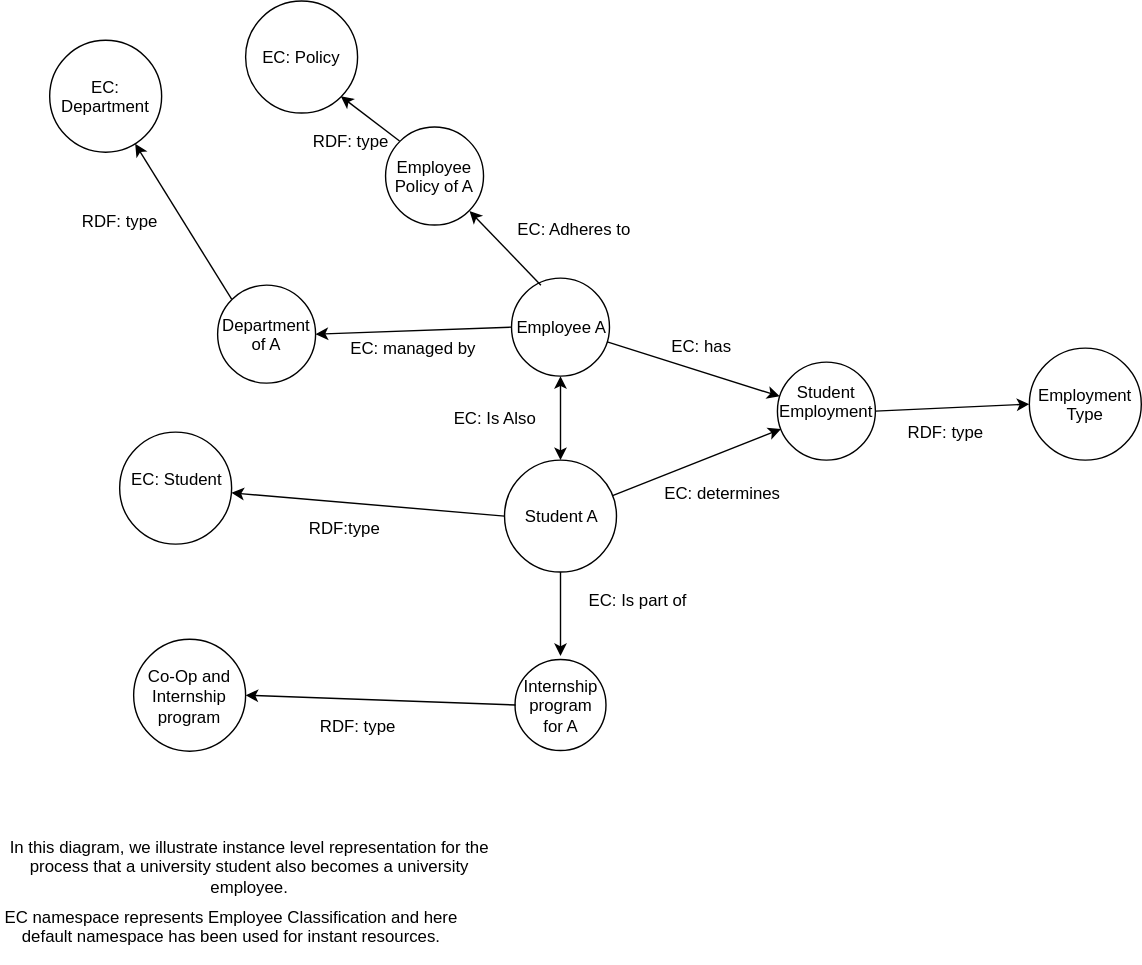
Above: RDF.svg in IS561/EmploymentClassification (draw.io), before the change. Source tidied: cells renumbered, new cells last; positions are measured from the earlier drawing's top-left corner, leaving out a move shared by most shapes.
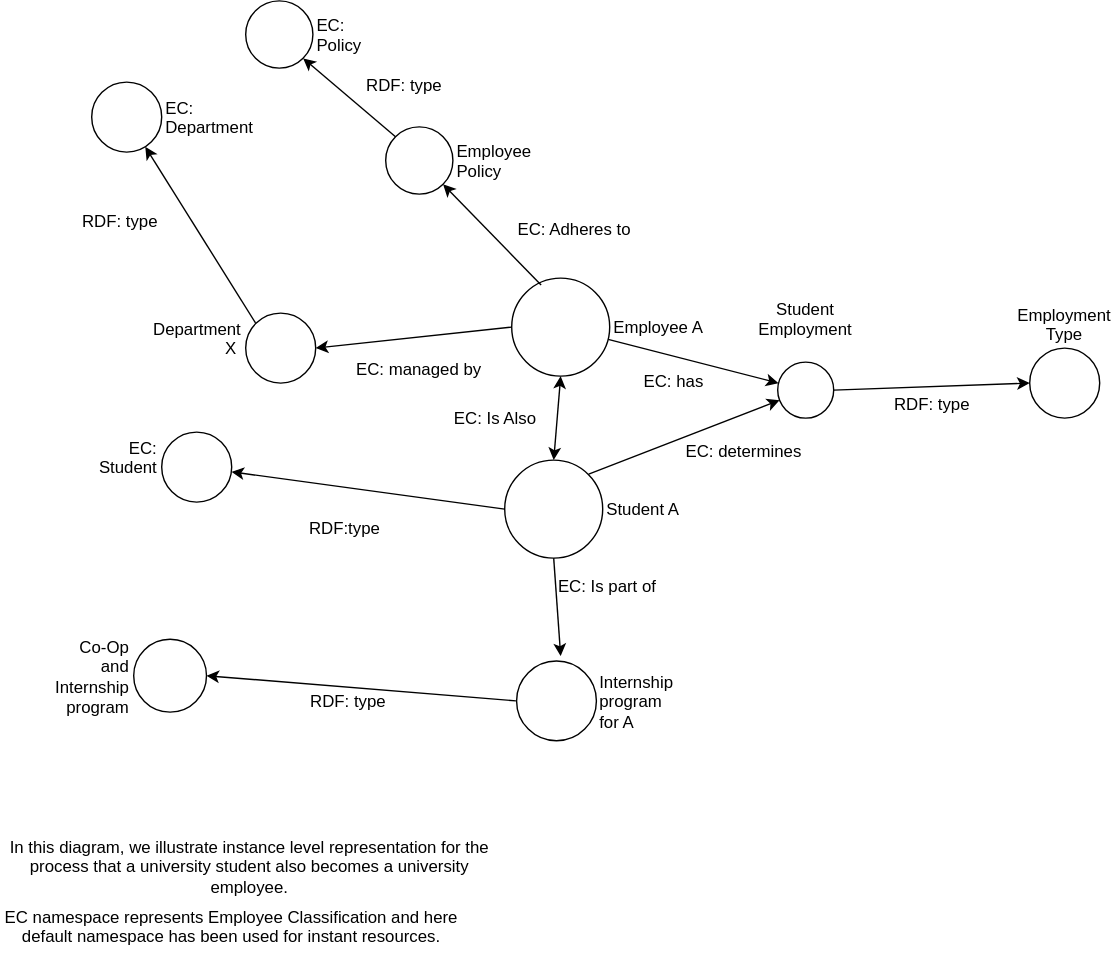
Above is the later version.

What changed in the source:
```diff
@@ -2,7 +2,7 @@
   <root>
     <mxCell id="0" />
     <mxCell id="1" parent="0" />
-    <mxCell id="2" value="Employee A" style="ellipse;whiteSpace=wrap;html=1;" parent="1" vertex="1">
+    <mxCell id="2" value="Employee A" style="ellipse;whiteSpace=wrap;html=1;labelPosition=right;verticalLabelPosition=middle;align=left;verticalAlign=middle;" parent="1" vertex="1">
       <mxGeometry x="365" y="198" width="70" height="70" as="geometry" />
     </mxCell>
     <mxCell id="3" style="endArrow=classic;html=1;exitX=0.295;exitY=0.067;exitDx=0;exitDy=0;exitPerimeter=0;entryX=1;entryY=1;entryDx=0;entryDy=0;" parent="1" edge="1" source="2" target="5">
@@ -11,17 +11,17 @@
     <mxCell id="4" value="EC: Adheres to" style="text;html=1;strokeColor=none;fillColor=none;align=center;verticalAlign=middle;whiteSpace=wrap;rounded=0;rotation=0;direction=west;" parent="1" vertex="1">
       <mxGeometry x="364" y="147" width="91" height="32" as="geometry" />
     </mxCell>
-    <mxCell id="5" value="Employee Policy of A&lt;br&gt;" style="ellipse;whiteSpace=wrap;html=1;" parent="1" vertex="1">
-      <mxGeometry x="275" y="90" width="70" height="70" as="geometry" />
+    <mxCell id="5" value="Employee Policy&lt;br&gt;" style="ellipse;whiteSpace=wrap;html=1;labelPosition=right;verticalLabelPosition=middle;align=left;verticalAlign=middle;" parent="1" vertex="1">
+      <mxGeometry x="275" y="90" width="48" height="48" as="geometry" />
     </mxCell>
-    <mxCell id="6" value="Department of A" style="ellipse;whiteSpace=wrap;html=1;" parent="1" vertex="1">
-      <mxGeometry x="155" y="203" width="70" height="70" as="geometry" />
+    <mxCell id="6" value="Department X&amp;nbsp;&lt;br&gt;&lt;br&gt;" style="ellipse;whiteSpace=wrap;html=1;labelPosition=left;verticalLabelPosition=middle;align=right;verticalAlign=middle;" parent="1" vertex="1">
+      <mxGeometry x="175" y="223" width="50" height="50" as="geometry" />
     </mxCell>
     <mxCell id="7" style="endArrow=classic;html=1;exitX=0;exitY=0.5;exitDx=0;exitDy=0;entryX=1;entryY=0.5;entryDx=0;entryDy=0;" parent="1" edge="1" source="2" target="6">
       <mxGeometry relative="1" as="geometry" />
     </mxCell>
-    <mxCell id="8" value="EC: Department&lt;br&gt;" style="ellipse;whiteSpace=wrap;html=1;" parent="1" vertex="1">
-      <mxGeometry x="35" y="28" width="80" height="80" as="geometry" />
+    <mxCell id="8" value="EC: Department&lt;br&gt;" style="ellipse;whiteSpace=wrap;html=1;labelPosition=right;verticalLabelPosition=middle;align=left;verticalAlign=middle;rotation=0;" parent="1" vertex="1">
+      <mxGeometry x="65" y="58" width="50" height="50" as="geometry" />
     </mxCell>
     <mxCell id="9" style="endArrow=classic;html=1;exitX=0;exitY=0;exitDx=0;exitDy=0;" parent="1" edge="1" source="6" target="8">
       <mxGeometry relative="1" as="geometry" />
@@ -30,19 +30,19 @@
       <mxGeometry x="55" y="147" width="60" height="20" as="geometry" />
     </mxCell>
     <mxCell id="11" value="EC: managed by" style="text;html=1;strokeColor=none;fillColor=none;align=center;verticalAlign=middle;whiteSpace=wrap;rounded=0;" parent="1" vertex="1">
-      <mxGeometry x="245" y="238" width="100" height="20" as="geometry" />
+      <mxGeometry x="249" y="253" width="100" height="20" as="geometry" />
     </mxCell>
     <mxCell id="12" style="endArrow=classic;html=1;exitX=0;exitY=0;exitDx=0;exitDy=0;entryX=1;entryY=1;entryDx=0;entryDy=0;" parent="1" edge="1" source="5" target="13">
       <mxGeometry relative="1" as="geometry" />
     </mxCell>
-    <mxCell id="13" value="EC: Policy&lt;br&gt;" style="ellipse;whiteSpace=wrap;html=1;" parent="1" vertex="1">
-      <mxGeometry x="175" width="80" height="80" as="geometry" />
+    <mxCell id="13" value="EC: Policy&lt;br&gt;" style="ellipse;whiteSpace=wrap;html=1;labelPosition=right;verticalLabelPosition=middle;align=left;verticalAlign=middle;" parent="1" vertex="1">
+      <mxGeometry x="175" width="48" height="48" as="geometry" />
     </mxCell>
     <mxCell id="14" value="RDF: type&lt;br&gt;" style="text;html=1;strokeColor=none;fillColor=none;align=center;verticalAlign=middle;whiteSpace=wrap;rounded=0;rotation=0;direction=west;" parent="1" vertex="1">
-      <mxGeometry x="215" y="90" width="70" height="20" as="geometry" />
+      <mxGeometry x="253" y="50" width="70" height="20" as="geometry" />
     </mxCell>
-    <mxCell id="15" value="Student A" style="ellipse;whiteSpace=wrap;html=1;" parent="1" vertex="1">
-      <mxGeometry x="360" y="328" width="80" height="80" as="geometry" />
+    <mxCell id="15" value="Student A" style="ellipse;whiteSpace=wrap;html=1;labelPosition=right;verticalLabelPosition=middle;align=left;verticalAlign=middle;" parent="1" vertex="1">
+      <mxGeometry x="360" y="328" width="70" height="70" as="geometry" />
     </mxCell>
     <mxCell id="16" value="EC: Is Also&lt;br&gt;" style="text;html=1;strokeColor=none;fillColor=none;align=center;verticalAlign=middle;whiteSpace=wrap;rounded=0;rotation=0;" parent="1" vertex="1">
       <mxGeometry x="315" y="288" width="75" height="20" as="geometry" />
@@ -50,38 +50,38 @@
     <mxCell id="17" style="endArrow=classic;html=1;exitX=0;exitY=0.5;exitDx=0;exitDy=0;" parent="1" edge="1" source="15" target="18">
       <mxGeometry relative="1" as="geometry" />
     </mxCell>
-    <mxCell id="18" value="EC: Student&lt;br&gt;&lt;br&gt;" style="ellipse;whiteSpace=wrap;html=1;" parent="1" vertex="1">
-      <mxGeometry x="85" y="308" width="80" height="80" as="geometry" />
+    <mxCell id="18" value="EC: Student&lt;br&gt;&lt;br&gt;" style="ellipse;whiteSpace=wrap;html=1;labelPosition=left;verticalLabelPosition=middle;align=right;verticalAlign=middle;" parent="1" vertex="1">
+      <mxGeometry x="115" y="308" width="50" height="50" as="geometry" />
     </mxCell>
     <mxCell id="19" value="RDF:type" style="text;html=1;strokeColor=none;fillColor=none;align=center;verticalAlign=middle;whiteSpace=wrap;rounded=0;rotation=0;" parent="1" vertex="1">
       <mxGeometry x="225" y="366" width="40" height="20" as="geometry" />
     </mxCell>
-    <mxCell id="20" value="Student Employment&lt;br&gt;&lt;br&gt;" style="ellipse;whiteSpace=wrap;html=1;" parent="1" vertex="1">
-      <mxGeometry x="555" y="258" width="70" height="70" as="geometry" />
+    <mxCell id="20" value="Student Employment&lt;br&gt;&lt;br&gt;" style="ellipse;whiteSpace=wrap;html=1;labelPosition=center;verticalLabelPosition=top;align=center;verticalAlign=bottom;" parent="1" vertex="1">
+      <mxGeometry x="555" y="258" width="40" height="40" as="geometry" />
     </mxCell>
     <mxCell id="21" style="endArrow=classic;html=1;" parent="1" edge="1" source="2" target="20">
       <mxGeometry relative="1" as="geometry" />
     </mxCell>
-    <mxCell id="22" style="endArrow=classic;html=1;" parent="1" edge="1" source="15" target="20">
+    <mxCell id="22" style="endArrow=classic;html=1;exitX=1;exitY=0;exitDx=0;exitDy=0;" parent="1" edge="1" source="15" target="20">
       <mxGeometry relative="1" as="geometry" />
     </mxCell>
     <mxCell id="23" value="EC: has&lt;br&gt;&lt;br&gt;" style="text;html=1;strokeColor=none;fillColor=none;align=center;verticalAlign=middle;whiteSpace=wrap;rounded=0;rotation=0;direction=west;" parent="1" vertex="1">
-      <mxGeometry x="465" y="243" width="70" height="20" as="geometry" />
+      <mxGeometry x="445" y="268" width="70" height="20" as="geometry" />
     </mxCell>
-    <mxCell id="24" value="Employment Type" style="ellipse;whiteSpace=wrap;html=1;" parent="1" vertex="1">
-      <mxGeometry x="735" y="248" width="80" height="80" as="geometry" />
+    <mxCell id="24" value="Employment Type" style="ellipse;whiteSpace=wrap;html=1;labelPosition=center;verticalLabelPosition=top;align=center;verticalAlign=bottom;" parent="1" vertex="1">
+      <mxGeometry x="735" y="248" width="50" height="50" as="geometry" />
     </mxCell>
     <mxCell id="25" style="endArrow=classic;html=1;exitX=1;exitY=0.5;exitDx=0;exitDy=0;entryX=0;entryY=0.5;entryDx=0;entryDy=0;" parent="1" edge="1" source="20" target="24">
       <mxGeometry relative="1" as="geometry" />
     </mxCell>
     <mxCell id="26" value="RDF: type" style="text;html=1;strokeColor=none;fillColor=none;align=center;verticalAlign=middle;whiteSpace=wrap;rounded=0;" parent="1" vertex="1">
-      <mxGeometry x="645" y="298" width="60" height="20" as="geometry" />
+      <mxGeometry x="635" y="278" width="60" height="20" as="geometry" />
     </mxCell>
     <mxCell id="27" style="endArrow=classic;startArrow=classic;html=1;exitX=0.5;exitY=0;exitDx=0;exitDy=0;entryX=0.5;entryY=1;entryDx=0;entryDy=0;" parent="1" edge="1" source="15" target="2">
       <mxGeometry relative="1" as="geometry" />
     </mxCell>
-    <mxCell id="28" value="Internship program for A&lt;br&gt;" style="ellipse;whiteSpace=wrap;html=1;" parent="1" vertex="1">
-      <mxGeometry x="367.5" y="470.5" width="65" height="65" as="geometry" />
+    <mxCell id="28" value="Internship program for A&lt;br&gt;" style="ellipse;whiteSpace=wrap;html=1;labelPosition=right;verticalLabelPosition=middle;align=left;verticalAlign=middle;" parent="1" vertex="1">
+      <mxGeometry x="368" y="471" width="57" height="57" as="geometry" />
     </mxCell>
     <mxCell id="29" style="endArrow=classic;html=1;exitX=0.5;exitY=1;exitDx=0;exitDy=0;" parent="1" edge="1" source="15">
       <mxGeometry relative="1" as="geometry">
@@ -89,16 +89,16 @@
       </mxGeometry>
     </mxCell>
     <mxCell id="30" value="EC: Is part of" style="text;html=1;strokeColor=none;fillColor=none;align=center;verticalAlign=middle;whiteSpace=wrap;rounded=0;" parent="1" vertex="1">
-      <mxGeometry x="400" y="418" width="110" height="20" as="geometry" />
+      <mxGeometry x="377.5" y="408" width="110" height="20" as="geometry" />
     </mxCell>
-    <mxCell id="31" value="Co-Op and Internship program&lt;br&gt;" style="ellipse;whiteSpace=wrap;html=1;" parent="1" vertex="1">
-      <mxGeometry x="95" y="455.5" width="80" height="80" as="geometry" />
+    <mxCell id="31" value="Co-Op and Internship program&lt;br&gt;" style="ellipse;whiteSpace=wrap;html=1;labelPosition=left;verticalLabelPosition=middle;align=right;verticalAlign=middle;" parent="1" vertex="1">
+      <mxGeometry x="95" y="456" width="52" height="52" as="geometry" />
     </mxCell>
     <mxCell id="32" style="endArrow=classic;html=1;exitX=0;exitY=0.5;exitDx=0;exitDy=0;entryX=1;entryY=0.5;entryDx=0;entryDy=0;" parent="1" edge="1" source="28" target="31">
       <mxGeometry relative="1" as="geometry" />
     </mxCell>
     <mxCell id="33" value="RDF: type" style="text;html=1;strokeColor=none;fillColor=none;align=center;verticalAlign=middle;whiteSpace=wrap;rounded=0;" parent="1" vertex="1">
-      <mxGeometry x="215" y="508" width="80" height="20" as="geometry" />
+      <mxGeometry x="208" y="489.5" width="80" height="20" as="geometry" />
     </mxCell>
     <mxCell id="34" value="EC namespace represents Employee Classification and here default namespace has been used for instant resources.&lt;br&gt;&lt;br&gt;" style="text;html=1;strokeColor=none;fillColor=none;align=center;verticalAlign=middle;whiteSpace=wrap;rounded=0;" parent="1" vertex="1">
       <mxGeometry y="658" width="330" height="20" as="geometry" />
@@ -107,7 +107,10 @@
       <mxGeometry x="2.5" y="578" width="350" height="80" as="geometry" />
     </mxCell>
     <mxCell id="36" value="EC: determines&lt;br&gt;&lt;br&gt;" style="text;html=1;strokeColor=none;fillColor=none;align=center;verticalAlign=middle;whiteSpace=wrap;rounded=0;" parent="1" vertex="1">
-      <mxGeometry x="465" y="348" width="100" height="20" as="geometry" />
+      <mxGeometry x="480" y="318" width="100" height="20" as="geometry" />
     </mxCell>
+    <mxCell id="37" style="edgeStyle=orthogonalEdgeStyle;rounded=0;html=1;exitX=0.5;exitY=0;exitDx=0;exitDy=0;jettySize=auto;orthogonalLoop=1;" parent="1" edge="1" source="14" target="14">
+      <mxGeometry relative="1" as="geometry" />
+    </mxCell>
   </root>
 </mxGraphModel>
```
